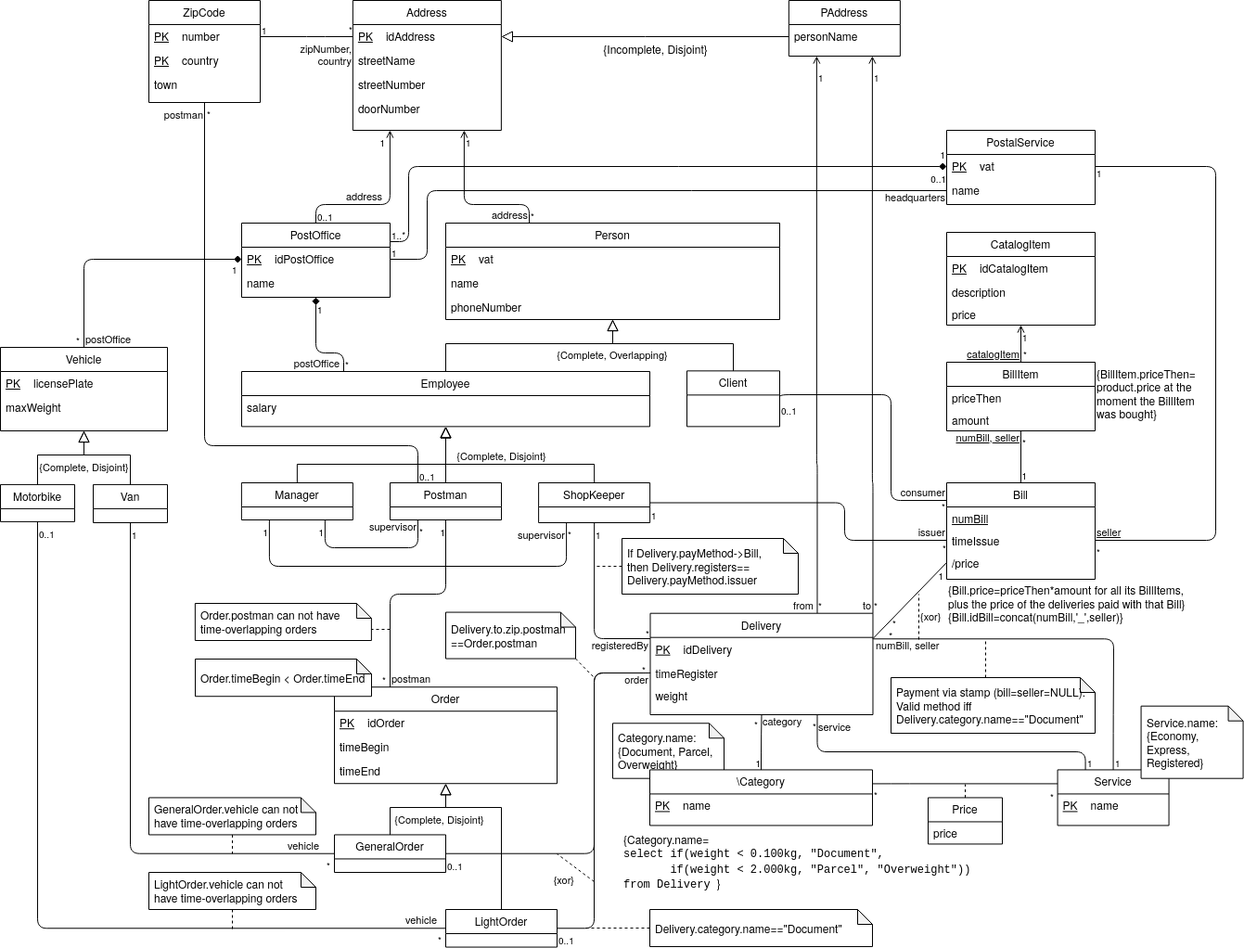
Before: uml2.png, a diagram exported from draw.io (dmfrodrigues/feup-bdad-proj). Source tidied: cells renumbered, new cells last; positions are measured from the earlier drawing's top-left corner, leaving out a move shared by most shapes.
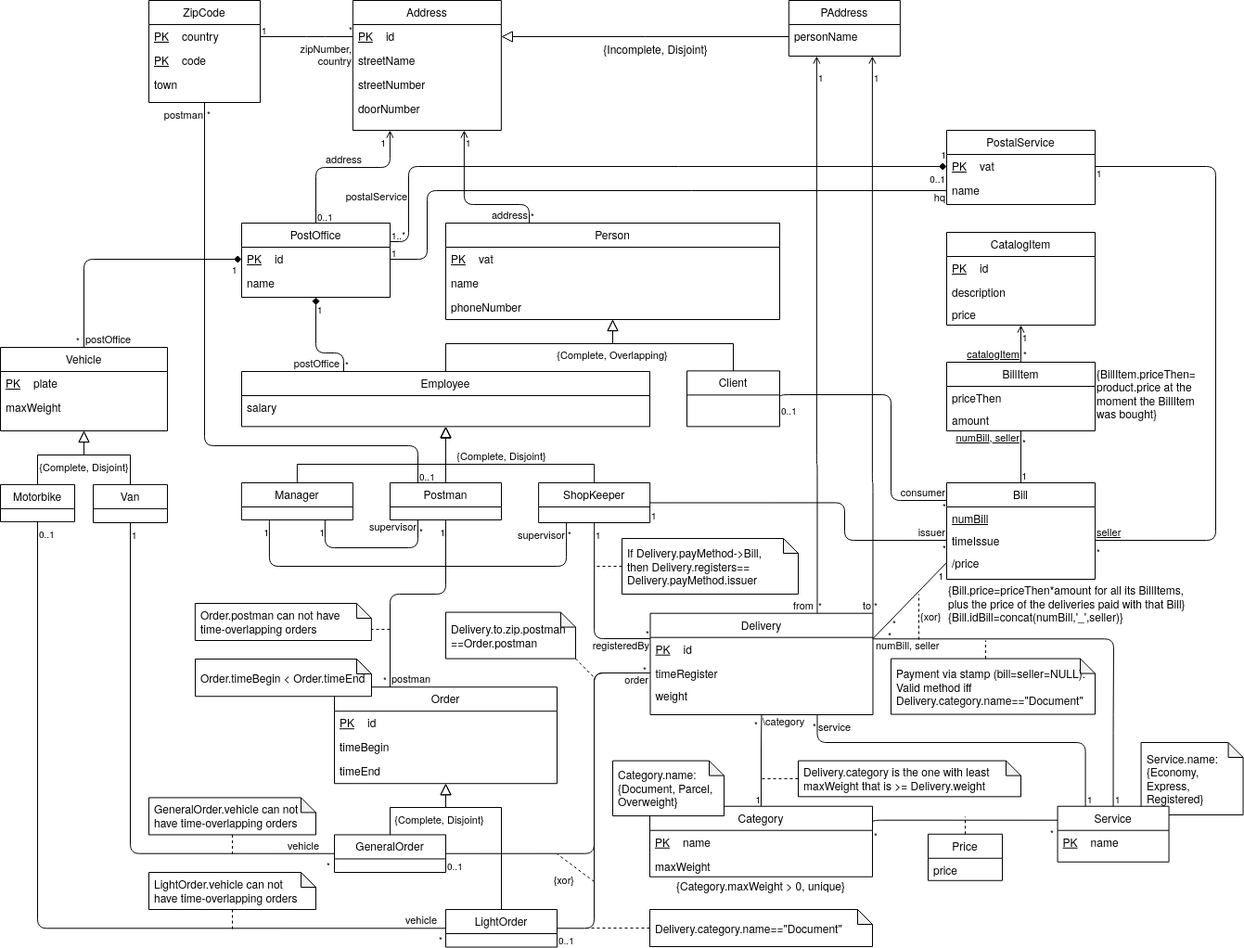
Later version of the same file.

Diff of the diagram source:
```diff
@@ -35,3 +35,3 @@
     </mxCell>
-    <mxCell id="11" value="idAddress" style="shape=partialRectangle;top=0;left=0;right=0;bottom=1;align=left;verticalAlign=top;fillColor=none;spacingLeft=34;spacingRight=4;overflow=hidden;points=[[0,0.5],[1,0.5]];portConstraint=eastwest;fontSize=12;dashed=1;strokeColor=none;labelBackgroundColor=none;" parent="10" vertex="1">
+    <mxCell id="11" value="id" style="shape=partialRectangle;top=0;left=0;right=0;bottom=1;align=left;verticalAlign=top;fillColor=none;spacingLeft=34;spacingRight=4;overflow=hidden;points=[[0,0.5],[1,0.5]];portConstraint=eastwest;fontSize=12;dashed=1;strokeColor=none;labelBackgroundColor=none;" parent="10" vertex="1">
       <mxGeometry y="26" width="160" height="26" as="geometry" />
@@ -59,4 +59,10 @@
     </mxCell>
+    <mxCell id="21" value="country" style="shape=partialRectangle;top=0;left=0;right=0;bottom=1;align=left;verticalAlign=top;fillColor=none;spacingLeft=34;spacingRight=4;overflow=hidden;fontSize=12;dashed=1;strokeColor=none;labelBackgroundColor=none;" parent="18" vertex="1">
+      <mxGeometry y="26" width="120" height="26" as="geometry" />
+    </mxCell>
+    <mxCell id="22" value="PK" style="shape=partialRectangle;top=0;left=0;bottom=0;fillColor=none;align=left;verticalAlign=top;spacingLeft=4;spacingRight=4;overflow=hidden;fontSize=12;fontStyle=4;strokeColor=none;labelBackgroundColor=none;" parent="21" vertex="1">
+      <mxGeometry width="33.3" height="26" as="geometry" />
+    </mxCell>
-    <mxCell id="19" value="number" style="shape=partialRectangle;top=0;left=0;right=0;bottom=1;align=left;verticalAlign=top;fillColor=none;spacingLeft=34;spacingRight=4;overflow=hidden;points=[[0,0.5],[1,0.5]];portConstraint=eastwest;fontSize=12;dashed=1;strokeColor=none;labelBackgroundColor=none;" parent="18" vertex="1">
-      <mxGeometry y="26" width="120" height="26" as="geometry" />
+    <mxCell id="19" value="code" style="shape=partialRectangle;top=0;left=0;right=0;bottom=1;align=left;verticalAlign=top;fillColor=none;spacingLeft=34;spacingRight=4;overflow=hidden;points=[[0,0.5],[1,0.5]];portConstraint=eastwest;fontSize=12;dashed=1;strokeColor=none;labelBackgroundColor=none;" parent="18" vertex="1">
+      <mxGeometry y="52" width="120" height="26" as="geometry" />
     </mxCell>
@@ -65,8 +71,2 @@
     </mxCell>
-    <mxCell id="21" value="country" style="shape=partialRectangle;top=0;left=0;right=0;bottom=1;align=left;verticalAlign=top;fillColor=none;spacingLeft=34;spacingRight=4;overflow=hidden;fontSize=12;dashed=1;strokeColor=none;labelBackgroundColor=none;" parent="18" vertex="1">
-      <mxGeometry y="52" width="120" height="26" as="geometry" />
-    </mxCell>
-    <mxCell id="22" value="PK" style="shape=partialRectangle;top=0;left=0;bottom=0;fillColor=none;align=left;verticalAlign=top;spacingLeft=4;spacingRight=4;overflow=hidden;fontSize=12;fontStyle=4;strokeColor=none;labelBackgroundColor=none;" parent="21" vertex="1">
-      <mxGeometry width="33.3" height="26" as="geometry" />
-    </mxCell>
     <mxCell id="23" value="town" style="text;align=left;verticalAlign=top;spacingLeft=4;spacingRight=4;overflow=hidden;labelBackgroundColor=none;" parent="18" vertex="1">
@@ -107,3 +107,3 @@
     </mxCell>
-    <mxCell id="31" value="licensePlate" style="shape=partialRectangle;top=0;left=0;right=0;bottom=1;align=left;verticalAlign=top;fillColor=none;spacingLeft=34;spacingRight=4;overflow=hidden;fontSize=12;dashed=1;strokeColor=none;labelBackgroundColor=none;" parent="30" vertex="1">
+    <mxCell id="31" value="plate" style="shape=partialRectangle;top=0;left=0;right=0;bottom=1;align=left;verticalAlign=top;fillColor=none;spacingLeft=34;spacingRight=4;overflow=hidden;fontSize=12;dashed=1;strokeColor=none;labelBackgroundColor=none;" parent="30" vertex="1">
       <mxGeometry y="26" width="180" height="26" as="geometry" />
@@ -119,3 +119,3 @@
     </mxCell>
-    <mxCell id="35" value="idPostOffice" style="shape=partialRectangle;top=0;left=0;right=0;bottom=1;align=left;verticalAlign=top;fillColor=none;spacingLeft=34;spacingRight=4;overflow=hidden;points=[[0,0.5],[1,0.5]];portConstraint=eastwest;fontSize=12;dashed=1;strokeColor=none;labelBackgroundColor=none;" parent="34" vertex="1">
+    <mxCell id="35" value="id" style="shape=partialRectangle;top=0;left=0;right=0;bottom=1;align=left;verticalAlign=top;fillColor=none;spacingLeft=34;spacingRight=4;overflow=hidden;points=[[0,0.5],[1,0.5]];portConstraint=eastwest;fontSize=12;dashed=1;strokeColor=none;labelBackgroundColor=none;" parent="34" vertex="1">
       <mxGeometry y="26" width="160" height="26" as="geometry" />
@@ -129,6 +129,6 @@
     <mxCell id="38" value="address" style="endArrow=open;html=1;edgeStyle=orthogonalEdgeStyle;exitX=0.5;exitY=0;exitDx=0;exitDy=0;entryX=0.25;entryY=1;entryDx=0;entryDy=0;verticalAlign=bottom;startArrow=none;startFill=0;endFill=0;labelBackgroundColor=none;" parent="1" edge="1" source="34" target="10">
-      <mxGeometry x="-0.2" relative="1" as="geometry">
+      <mxGeometry relative="1" as="geometry">
         <Array as="points">
-          <mxPoint x="340" y="220" />
-          <mxPoint x="420" y="220" />
+          <mxPoint x="340" y="180" />
+          <mxPoint x="420" y="180" />
         </Array>
@@ -277,3 +277,3 @@
     </mxCell>
-    <mxCell id="69" value="idCatalogItem" style="shape=partialRectangle;top=0;left=0;right=0;bottom=1;align=left;verticalAlign=top;fillColor=none;spacingLeft=34;spacingRight=4;overflow=hidden;fontSize=12;dashed=1;strokeColor=none;labelBackgroundColor=none;" parent="68" vertex="1">
+    <mxCell id="69" value="id" style="shape=partialRectangle;top=0;left=0;right=0;bottom=1;align=left;verticalAlign=top;fillColor=none;spacingLeft=34;spacingRight=4;overflow=hidden;fontSize=12;dashed=1;strokeColor=none;labelBackgroundColor=none;" parent="68" vertex="1">
       <mxGeometry y="26" width="160" height="26" as="geometry" />
@@ -292,3 +292,3 @@
     </mxCell>
-    <mxCell id="74" value="idOrder" style="shape=partialRectangle;top=0;left=0;right=0;bottom=1;align=left;verticalAlign=top;fillColor=none;spacingLeft=34;spacingRight=4;overflow=hidden;fontSize=12;dashed=1;strokeColor=none;labelBackgroundColor=none;" parent="73" vertex="1">
+    <mxCell id="74" value="id" style="shape=partialRectangle;top=0;left=0;right=0;bottom=1;align=left;verticalAlign=top;fillColor=none;spacingLeft=34;spacingRight=4;overflow=hidden;fontSize=12;dashed=1;strokeColor=none;labelBackgroundColor=none;" parent="73" vertex="1">
       <mxGeometry y="26" width="240" height="26" as="geometry" />
@@ -317,3 +317,3 @@
     </mxCell>
-    <mxCell id="81" value="idDelivery" style="shape=partialRectangle;top=0;left=0;right=0;bottom=1;align=left;verticalAlign=top;fillColor=none;spacingLeft=34;spacingRight=4;overflow=hidden;points=[[0,0.5],[1,0.5]];portConstraint=eastwest;fontSize=12;dashed=1;strokeColor=none;labelBackgroundColor=none;" parent="80" vertex="1">
+    <mxCell id="81" value="id" style="shape=partialRectangle;top=0;left=0;right=0;bottom=1;align=left;verticalAlign=top;fillColor=none;spacingLeft=34;spacingRight=4;overflow=hidden;points=[[0,0.5],[1,0.5]];portConstraint=eastwest;fontSize=12;dashed=1;strokeColor=none;labelBackgroundColor=none;" parent="80" vertex="1">
       <mxGeometry y="26" width="240" height="26" as="geometry" />
@@ -338,11 +338,2 @@
     </mxCell>
-    <mxCell id="88" value="Service" style="swimlane;fontStyle=0;align=center;verticalAlign=top;horizontal=1;startSize=26;rounded=0;shadow=0;strokeWidth=1;labelBackgroundColor=none;" parent="1" vertex="1">
-      <mxGeometry x="1139.6" y="829.4" width="120" height="60" as="geometry" />
-    </mxCell>
-    <mxCell id="89" value="name" style="shape=partialRectangle;top=0;left=0;right=0;bottom=1;align=left;verticalAlign=top;fillColor=none;spacingLeft=34;spacingRight=4;overflow=hidden;fontSize=12;dashed=1;strokeColor=none;labelBackgroundColor=none;" parent="88" vertex="1">
-      <mxGeometry y="26" width="120" height="26" as="geometry" />
-    </mxCell>
-    <mxCell id="90" value="PK" style="shape=partialRectangle;top=0;left=0;bottom=0;fillColor=none;align=left;verticalAlign=top;spacingLeft=4;spacingRight=4;overflow=hidden;fontSize=12;fontStyle=4;strokeColor=none;labelBackgroundColor=none;" parent="89" vertex="1">
-      <mxGeometry width="33.3" height="26" as="geometry" />
-    </mxCell>
     <mxCell id="91" value="service" style="endArrow=none;html=1;edgeStyle=elbowEdgeStyle;elbow=vertical;align=left;exitX=0.25;exitY=0;exitDx=0;exitDy=0;verticalAlign=top;labelBackgroundColor=none;entryX=0.75;entryY=1;entryDx=0;entryDy=0;" parent="1" edge="1" source="88" target="80">
@@ -350,3 +341,3 @@
         <Array as="points">
-          <mxPoint x="1040" y="810" />
+          <mxPoint x="1020" y="800" />
         </Array>
@@ -362,3 +353,3 @@
       <mxGeometry relative="1" as="geometry">
-        <mxPoint x="1040" y="845" as="targetPoint" />
+        <mxPoint x="1040" y="880" as="targetPoint" />
       </mxGeometry>
@@ -369,3 +360,3 @@
     <mxCell id="96" value="&lt;div&gt;Service.name: {Economy, Express, Registered}&lt;/div&gt;" style="shape=note;whiteSpace=wrap;html=1;backgroundOutline=1;darkOpacity=0.05;size=16;align=left;spacingLeft=4;labelBackgroundColor=none;" parent="1" vertex="1">
-      <mxGeometry x="1229.6" y="760.7" width="110" height="78" as="geometry" />
+      <mxGeometry x="1229.6" y="800" width="110" height="78" as="geometry" />
     </mxCell>
@@ -494,4 +485,4 @@
     </mxCell>
-    <mxCell id="123" value="&lt;div&gt;{Category.name=&lt;/div&gt;&lt;div&gt;&lt;font face=&quot;Courier New&quot;&gt;select if(weight &amp;lt; 0.100kg, &quot;Document&quot;,&lt;/font&gt;&lt;/div&gt;&lt;div&gt;&lt;font face=&quot;Courier New&quot;&gt;&amp;nbsp;&amp;nbsp;&amp;nbsp;&amp;nbsp;&amp;nbsp;&amp;nbsp; if(weight &amp;lt; 2.000kg, &quot;Parcel&quot;, &quot;Overweight&quot;))&lt;/font&gt;&lt;/div&gt;&lt;div&gt;&lt;font face=&quot;Courier New&quot;&gt;from Delivery &lt;/font&gt;}&lt;/div&gt;" style="text;html=1;strokeColor=none;fillColor=none;align=left;verticalAlign=middle;whiteSpace=wrap;rounded=0;labelBackgroundColor=none;" parent="1" vertex="1">
-      <mxGeometry x="670" y="889.4" width="390" height="79.1" as="geometry" />
+    <mxCell id="123" value="&lt;div align=&quot;center&quot;&gt;{Category.maxWeight &amp;gt; 0, unique}&lt;/div&gt;" style="text;html=1;strokeColor=none;fillColor=none;align=center;verticalAlign=middle;whiteSpace=wrap;rounded=0;labelBackgroundColor=none;" parent="1" vertex="1">
+      <mxGeometry x="700" y="938.7" width="240" height="30.6" as="geometry" />
     </mxCell>
@@ -500,4 +491,3 @@
         <Array as="points">
-          <mxPoint x="970" y="844" />
-          <mxPoint x="1140" y="844" />
+          <mxPoint x="940" y="884" />
         </Array>
@@ -530,6 +520,3 @@
     </mxCell>
-    <mxCell id="130" value="&lt;div&gt;Category.name: {Document, Parcel, Overweight}&lt;/div&gt;" style="shape=note;whiteSpace=wrap;html=1;backgroundOutline=1;darkOpacity=0.05;size=16;align=left;spacingLeft=4;labelBackgroundColor=none;" parent="1" vertex="1">
-      <mxGeometry x="660" y="779.2" width="120" height="59.5" as="geometry" />
-    </mxCell>
-    <mxCell id="131" value="category" style="endArrow=none;html=1;edgeStyle=orthogonalEdgeStyle;elbow=vertical;align=left;verticalAlign=top;spacingLeft=0;spacingRight=-15;spacingBottom=0;spacingTop=-6;exitX=0.5;exitY=0;exitDx=0;exitDy=0;labelBackgroundColor=none;entryX=0.5;entryY=1;entryDx=0;entryDy=0;" parent="1" edge="1" source="184" target="80">
+    <mxCell id="131" value="\category" style="endArrow=none;html=1;edgeStyle=orthogonalEdgeStyle;elbow=vertical;align=left;verticalAlign=top;spacingLeft=0;spacingRight=-15;spacingBottom=0;spacingTop=-6;exitX=0.5;exitY=0;exitDx=0;exitDy=0;labelBackgroundColor=none;entryX=0.5;entryY=1;entryDx=0;entryDy=0;" parent="1" edge="1" source="184" target="80">
       <mxGeometry x="1" relative="1" as="geometry">
@@ -630,4 +617,4 @@
     </mxCell>
-    <mxCell id="151" style="endArrow=diamond;html=1;edgeStyle=orthogonalEdgeStyle;elbow=vertical;align=right;exitX=1;exitY=0.25;exitDx=0;exitDy=0;verticalAlign=bottom;spacingLeft=0;spacingRight=0;spacingBottom=0;spacingTop=-6;labelBackgroundColor=none;entryX=0;entryY=0.5;entryDx=0;entryDy=0;endFill=1;" parent="1" edge="1" source="34" target="65">
-      <mxGeometry x="1" relative="1" as="geometry">
+    <mxCell id="151" value="postalService" style="endArrow=diamond;html=1;edgeStyle=orthogonalEdgeStyle;elbow=vertical;align=right;exitX=1;exitY=0.25;exitDx=0;exitDy=0;verticalAlign=bottom;spacingLeft=0;spacingRight=0;spacingBottom=0;spacingTop=-6;labelBackgroundColor=none;entryX=0;entryY=0.5;entryDx=0;entryDy=0;endFill=1;" parent="1" edge="1" source="34" target="65">
+      <mxGeometry x="-0.82" relative="1" as="geometry">
         <Array as="points">
@@ -646,3 +633,3 @@
     </mxCell>
-    <mxCell id="154" value="headquarters" style="endArrow=none;html=1;edgeStyle=orthogonalEdgeStyle;elbow=vertical;align=right;verticalAlign=top;spacingLeft=0;spacingRight=0;spacingBottom=0;spacingTop=-6;labelBackgroundColor=none;exitX=1;exitY=0.5;exitDx=0;exitDy=0;entryX=0;entryY=0.5;entryDx=0;entryDy=0;" parent="1" edge="1" source="35" target="67">
+    <mxCell id="154" value="hq" style="endArrow=none;html=1;edgeStyle=orthogonalEdgeStyle;elbow=vertical;align=right;verticalAlign=top;spacingLeft=0;spacingRight=0;spacingBottom=0;spacingTop=-6;labelBackgroundColor=none;exitX=1;exitY=0.5;exitDx=0;exitDy=0;entryX=0;entryY=0.5;entryDx=0;entryDy=0;" parent="1" edge="1" source="35" target="67">
       <mxGeometry x="1" relative="1" as="geometry">
@@ -723,3 +710,3 @@
     <mxCell id="170" value="&lt;div&gt;Payment via stamp (bill=seller=NULL). Valid method iff&lt;/div&gt;&lt;div&gt;Delivery.category.name==&quot;Document&quot;&lt;/div&gt;" style="shape=note;whiteSpace=wrap;html=1;backgroundOutline=1;darkOpacity=0.05;size=16;align=left;spacingLeft=4;labelBackgroundColor=none;" parent="1" vertex="1">
-      <mxGeometry x="960" y="730" width="220" height="60" as="geometry" />
+      <mxGeometry x="960" y="709.6" width="220" height="60" as="geometry" />
     </mxCell>
@@ -761,4 +748,5 @@
     </mxCell>
-    <mxCell id="179" value="&lt;div&gt;zipNumber,&lt;/div&gt;&lt;div&gt;country&lt;br&gt;&lt;/div&gt;" style="endArrow=none;html=1;edgeStyle=orthogonalEdgeStyle;entryX=0;entryY=0.5;entryDx=0;entryDy=0;exitX=1;exitY=0.5;exitDx=0;exitDy=0;align=right;labelBackgroundColor=none;verticalAlign=top;" parent="1" edge="1" source="19" target="11">
+    <mxCell id="179" value="&lt;div&gt;zipNumber,&lt;/div&gt;&lt;div&gt;country&lt;br&gt;&lt;/div&gt;" style="endArrow=none;html=1;edgeStyle=orthogonalEdgeStyle;entryX=0;entryY=0.5;entryDx=0;entryDy=0;align=right;labelBackgroundColor=none;verticalAlign=top;" parent="1" edge="1" target="11">
       <mxGeometry x="1" relative="1" as="geometry">
+        <mxPoint x="280" y="39" as="sourcePoint" />
         <Array as="points">
@@ -783,4 +771,21 @@
     </mxCell>
+    <mxCell id="189" value="&lt;div&gt;Delivery.category is the one with least maxWeight that is &amp;gt;= Delivery.weight&lt;/div&gt;" style="shape=note;whiteSpace=wrap;html=1;backgroundOutline=1;darkOpacity=0.05;size=16;align=left;spacingLeft=4;labelBackgroundColor=none;" parent="1" vertex="1">
+      <mxGeometry x="860" y="819.6" width="240" height="38.7" as="geometry" />
+    </mxCell>
+    <mxCell id="190" style="endArrow=none;dashed=1;html=1;labelBackgroundColor=none;exitX=0;exitY=0.5;exitDx=0;exitDy=0;exitPerimeter=0;" parent="1" edge="1" source="189">
+      <mxGeometry relative="1" as="geometry">
+        <mxPoint x="820" y="839" as="targetPoint" />
+      </mxGeometry>
+    </mxCell>
+    <mxCell id="88" value="Service" style="swimlane;fontStyle=0;align=center;verticalAlign=top;horizontal=1;startSize=26;rounded=0;shadow=0;strokeWidth=1;labelBackgroundColor=none;" parent="1" vertex="1">
+      <mxGeometry x="1139.6" y="868.7" width="120" height="60" as="geometry" />
+    </mxCell>
+    <mxCell id="89" value="name" style="shape=partialRectangle;top=0;left=0;right=0;bottom=1;align=left;verticalAlign=top;fillColor=none;spacingLeft=34;spacingRight=4;overflow=hidden;fontSize=12;dashed=1;strokeColor=none;labelBackgroundColor=none;" parent="88" vertex="1">
+      <mxGeometry y="26" width="120" height="26" as="geometry" />
+    </mxCell>
+    <mxCell id="90" value="PK" style="shape=partialRectangle;top=0;left=0;bottom=0;fillColor=none;align=left;verticalAlign=top;spacingLeft=4;spacingRight=4;overflow=hidden;fontSize=12;fontStyle=4;strokeColor=none;labelBackgroundColor=none;" parent="89" vertex="1">
+      <mxGeometry width="33.3" height="26" as="geometry" />
+    </mxCell>
-    <mxCell id="184" value="\Category" style="swimlane;fontStyle=0;align=center;verticalAlign=top;horizontal=1;startSize=26;rounded=0;shadow=0;strokeWidth=1;labelBackgroundColor=none;" parent="1" vertex="1">
-      <mxGeometry x="700" y="829.4" width="240" height="60" as="geometry" />
+    <mxCell id="184" value="Category" style="swimlane;fontStyle=0;align=center;verticalAlign=top;horizontal=1;startSize=26;rounded=0;shadow=0;strokeWidth=1;labelBackgroundColor=none;" parent="1" vertex="1">
+      <mxGeometry x="700" y="868.7" width="240" height="76" as="geometry" />
     </mxCell>
@@ -792,4 +797,7 @@
     </mxCell>
+    <mxCell id="191" value="maxWeight" style="text;align=left;verticalAlign=top;spacingLeft=4;spacingRight=4;overflow=hidden;labelBackgroundColor=none;" parent="184" vertex="1">
+      <mxGeometry y="52" width="240" height="24" as="geometry" />
+    </mxCell>
     <mxCell id="187" value="Price" style="swimlane;fontStyle=0;align=center;verticalAlign=top;horizontal=1;startSize=26;rounded=0;shadow=0;strokeWidth=1;labelBackgroundColor=none;" parent="1" vertex="1">
-      <mxGeometry x="1000" y="859.5" width="80" height="50" as="geometry" />
+      <mxGeometry x="1000" y="898.8" width="80" height="50" as="geometry" />
     </mxCell>
@@ -798,2 +806,5 @@
     </mxCell>
+    <mxCell id="130" value="&lt;div&gt;Category.name: {Document, Parcel, Overweight}&lt;/div&gt;" style="shape=note;whiteSpace=wrap;html=1;backgroundOutline=1;darkOpacity=0.05;size=16;align=left;spacingLeft=4;labelBackgroundColor=none;" parent="1" vertex="1">
+      <mxGeometry x="660" y="819.6" width="120" height="59.5" as="geometry" />
+    </mxCell>
   </root>
```
